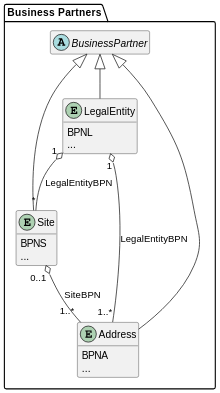
The PlantUML diagram docs/standards/CX-0010-BusinessPartnerNumber/assets/diagrams/class/business-partner.svg in catenax-eV/catenax-ev.github.io, before a commit.
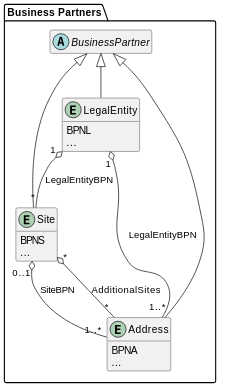
After the change.

What changed in the source:
```diff
@@ -1,5 +1,4 @@
-@startuml business-partner
-
+@startuml
 skinparam dpi 50
 
 package "Business Partners" {
@@ -27,6 +26,7 @@
   Site "*" -u-o "1" LegalEntity : LegalEntityBPN
   Address "1..*" -u-o "1" LegalEntity : LegalEntityBPN
   Address "1..*" -u-o "0..1" Site: SiteBPN
+  Address "*" -u-o "*" Site : AdditionalSites
 }
 
 hide methods
```
